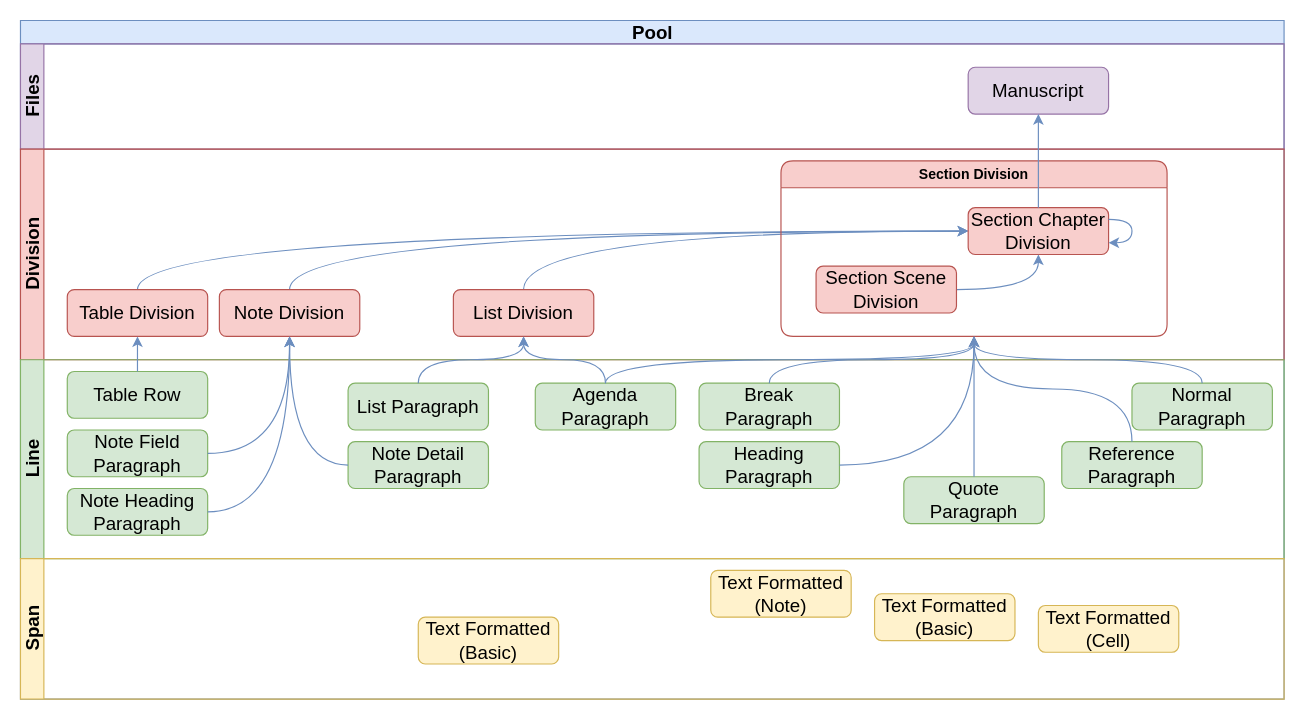
Before: page "Page-2" (2 of 2) of doc/syntax.drawio in creativeArtie/Writer-Studio, a draw.io diagram. Source tidied: cells renumbered, new cells numbered last; positions are measured from the earlier drawing's top-left corner, leaving out a move shared by most shapes. Both pictures are drawn from the tidied source at 117%, with x=0, y=0 at pixel (20, 20).
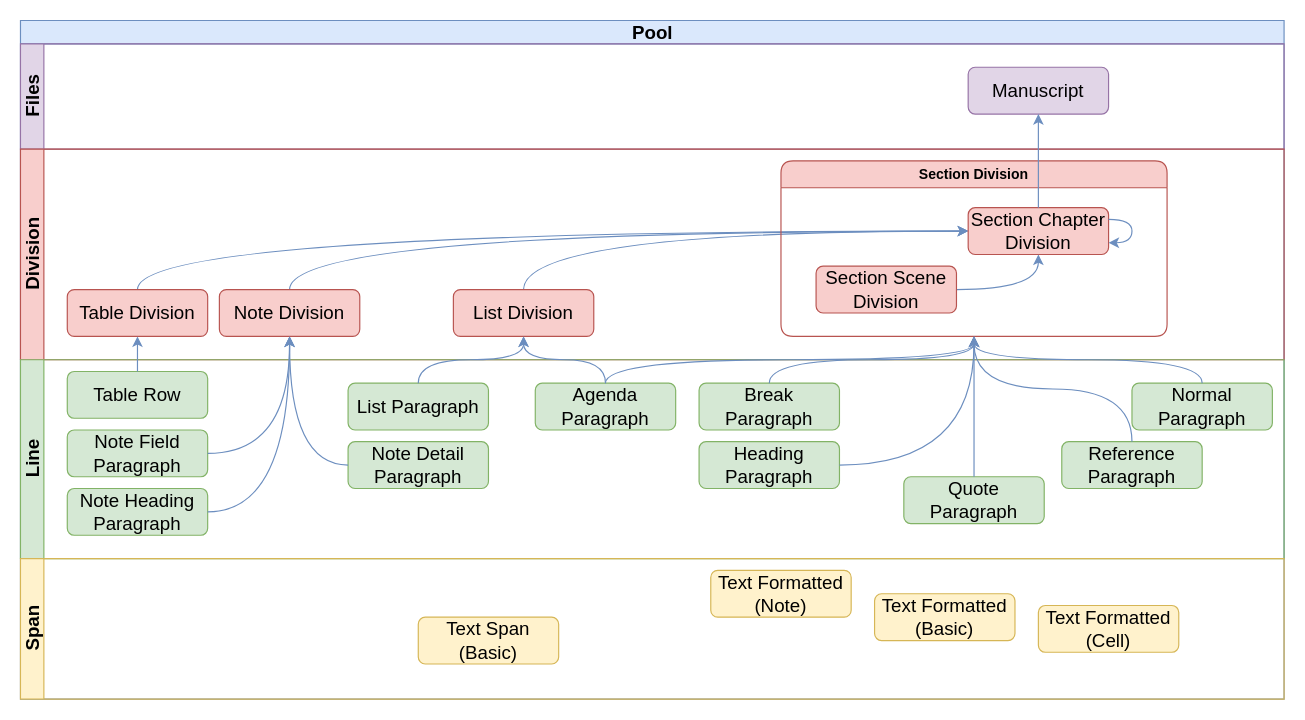
The same diagram, later.

The change refers to these unchanged cells:
```xml
<mxCell id="29" value="Span" style="swimlane;startSize=20;horizontal=0;html=1;fontSize=16;fillColor=#fff2cc;strokeColor=#d6b656;" parent="2" vertex="1">
  <mxGeometry y="460" width="1080" height="120" as="geometry" />
</mxCell>
```

Diff of the diagram source:
```diff
@@
-    <mxCell id="33" value="Text Formatted (Basic)" style="rounded=1;whiteSpace=wrap;html=1;fontSize=16;fillColor=#fff2cc;strokeColor=#d6b656;" parent="29" vertex="1">
+    <mxCell id="33" value="Text Span (Basic)" style="rounded=1;whiteSpace=wrap;html=1;fontSize=16;fillColor=#fff2cc;strokeColor=#d6b656;" parent="29" vertex="1">
       <mxGeometry x="340" y="50" width="120" height="40" as="geometry" />
     </mxCell>
```
